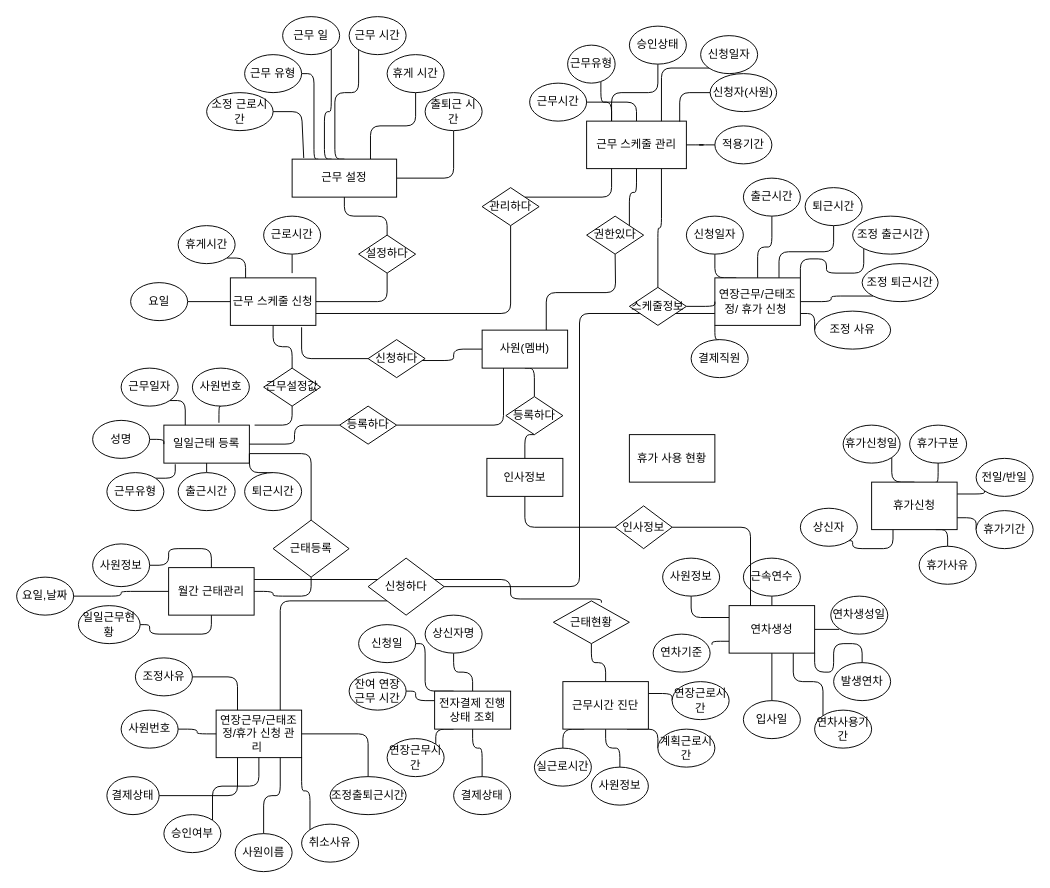
Above: Database/제목 없는 다이어그램.drawio in hearanchoi/TIL (draw.io), before the change. Source tidied: cells renumbered, new cells numbered last; positions are measured from the earlier drawing's top-left corner, leaving out a move shared by most shapes. Both pictures are drawn from the tidied source at 95%, with x=0, y=0 at pixel (16, 16).
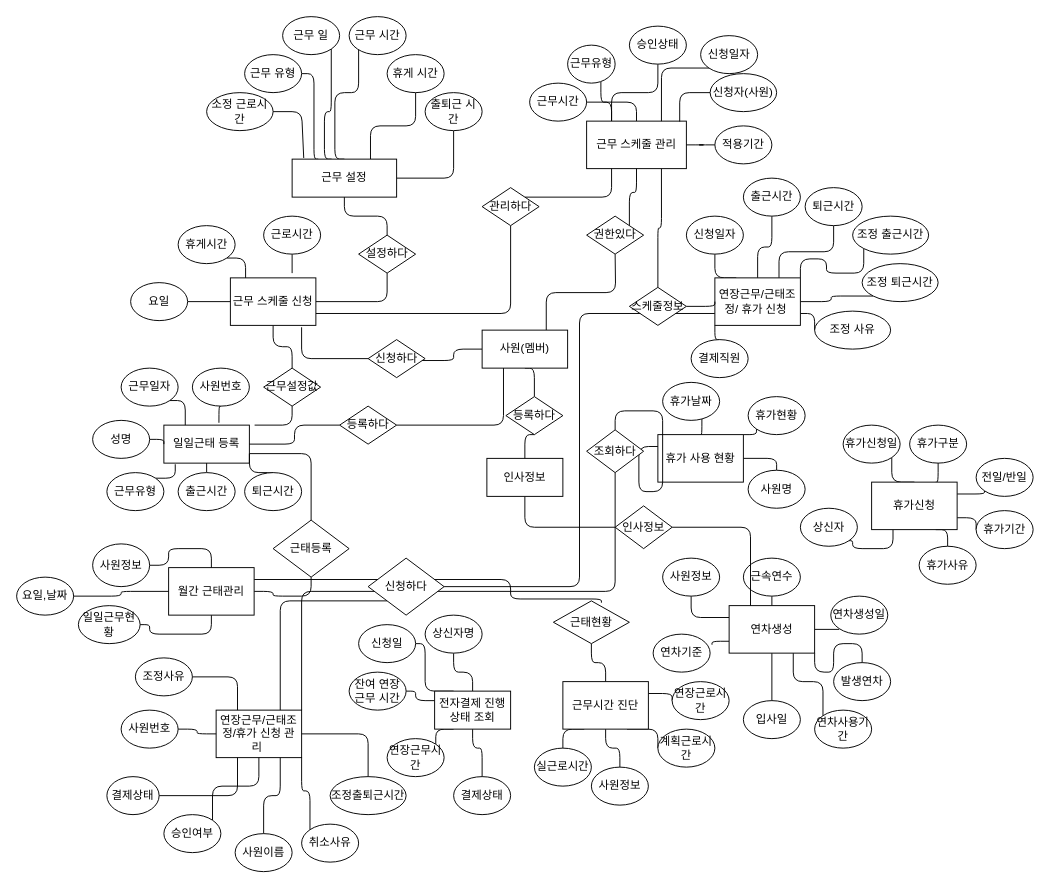
The same page after the edit.

Commit message:
근태관리 개념모델 완료

Unchanged cells that the change refers to:
```xml
<mxCell id="35" value="연장근무/근태조정/휴가 신청 관리&amp;nbsp;" style="rounded=0;whiteSpace=wrap;html=1;" parent="1" vertex="1">
  <mxGeometry x="210" y="730" width="90" height="50" as="geometry" />
</mxCell>
```

What changed in the source:
```diff
@@
+    <mxCell id="172" style="edgeStyle=orthogonalEdgeStyle;rounded=1;jettySize=auto;html=1;exitX=1;exitY=0;exitDx=0;exitDy=0;entryX=0.5;entryY=1;entryDx=0;entryDy=0;endArrow=none;endFill=0;" parent="1" edge="1" source="35" target="177">
+      <mxGeometry relative="1" as="geometry" />
+    </mxCell>
@@
+    <mxCell id="173" style="edgeStyle=orthogonalEdgeStyle;rounded=1;jettySize=auto;html=1;exitX=0.5;exitY=0;exitDx=0;exitDy=0;entryX=0.689;entryY=0.938;entryDx=0;entryDy=0;entryPerimeter=0;endArrow=none;endFill=0;" parent="1" edge="1" source="65" target="180">
+      <mxGeometry relative="1" as="geometry" />
+    </mxCell>
+    <mxCell id="174" style="edgeStyle=orthogonalEdgeStyle;rounded=1;jettySize=auto;html=1;exitX=1;exitY=0;exitDx=0;exitDy=0;entryX=0;entryY=1;entryDx=0;entryDy=0;endArrow=none;endFill=0;" parent="1" edge="1" source="65" target="178">
+      <mxGeometry relative="1" as="geometry" />
+    </mxCell>
+    <mxCell id="175" style="edgeStyle=orthogonalEdgeStyle;rounded=1;jettySize=auto;html=1;exitX=1;exitY=0.5;exitDx=0;exitDy=0;entryX=0.5;entryY=0;entryDx=0;entryDy=0;endArrow=none;endFill=0;" parent="1" edge="1" source="65" target="179">
+      <mxGeometry relative="1" as="geometry" />
+    </mxCell>
     <mxCell id="65" value="휴가 사용 현황" style="rounded=0;whiteSpace=wrap;html=1;" parent="1" vertex="1">
-      <mxGeometry x="645" y="440" width="90" height="50" as="geometry" />
+      <mxGeometry x="675" y="440" width="90" height="50" as="geometry" />
     </mxCell>
@@
+    <mxCell id="176" style="edgeStyle=orthogonalEdgeStyle;rounded=1;jettySize=auto;html=1;exitX=0.5;exitY=0;exitDx=0;exitDy=0;entryX=0;entryY=0.25;entryDx=0;entryDy=0;endArrow=none;endFill=0;" parent="1" edge="1" source="177" target="65">
+      <mxGeometry relative="1" as="geometry" />
+    </mxCell>
+    <mxCell id="177" value="조회하다" style="rhombus;whiteSpace=wrap;html=1;" parent="1" vertex="1">
+      <mxGeometry x="600" y="435" width="60" height="45" as="geometry" />
+    </mxCell>
+    <mxCell id="178" value="휴가현황" style="ellipse;whiteSpace=wrap;html=1;labelBackgroundColor=none;" parent="1" vertex="1">
+      <mxGeometry x="770" y="400" width="60" height="40" as="geometry" />
+    </mxCell>
+    <mxCell id="179" value="사원명" style="ellipse;whiteSpace=wrap;html=1;labelBackgroundColor=none;" parent="1" vertex="1">
+      <mxGeometry x="770" y="477.5" width="60" height="40" as="geometry" />
+    </mxCell>
+    <mxCell id="180" value="휴가날짜" style="ellipse;whiteSpace=wrap;html=1;labelBackgroundColor=none;" parent="1" vertex="1">
+      <mxGeometry x="680" y="385" width="60" height="40" as="geometry" />
+    </mxCell>
```
